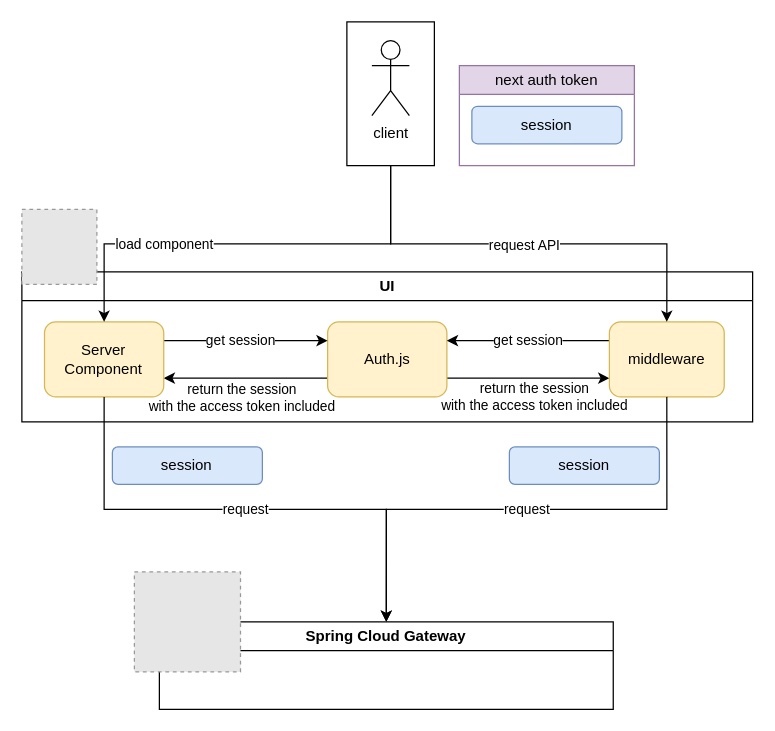
The draw.io diagram page "authentication flow (next)" (3 of 4) of hands-on-msa/hands-on-msa-with-spring-cloud/readme/msa-architecture.drawio in Gun2/hands-on-everything, before the edit. Source tidied: cells renumbered, new cells numbered last; positions are measured from the earlier drawing's top-left corner, leaving out a move shared by most shapes. Both pictures are drawn from the tidied source at 125%, with x=0, y=0 at pixel (21, 21). Pictures stored in the file or linked from it are replaced by grey dashed boxes.
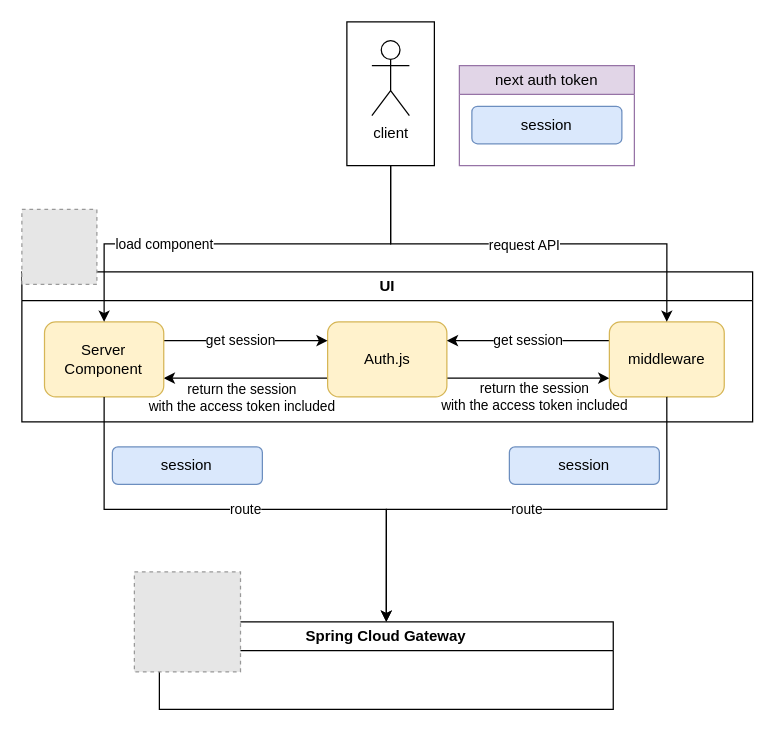
After the change.

The change refers to these unchanged cells:
```xml
<mxCell id="5" value="Spring Cloud Gateway" style="swimlane;whiteSpace=wrap;html=1;" parent="1" vertex="1">
  <mxGeometry x="110" y="480" width="363.1" height="70" as="geometry" />
</mxCell>
<mxCell id="14" value="middleware" style="rounded=1;whiteSpace=wrap;html=1;fillColor=#fff2cc;strokeColor=#d6b656;" parent="8" vertex="1">
  <mxGeometry x="470" y="40" width="91.9" height="60" as="geometry" />
</mxCell>
<mxCell id="17" value="Server Component" style="rounded=1;whiteSpace=wrap;html=1;fillColor=#fff2cc;strokeColor=#d6b656;" parent="8" vertex="1">
  <mxGeometry x="18.1" y="40" width="95.4" height="60" as="geometry" />
</mxCell>
```

What changed in the source:
```diff
@@
-    <mxCell id="25" value="request" style="edgeStyle=orthogonalEdgeStyle;rounded=0;jettySize=auto;html=1;exitX=0.5;exitY=1;exitDx=0;exitDy=0;entryX=0.5;entryY=0;entryDx=0;entryDy=0;" parent="1" edge="1" source="14" target="5">
+    <mxCell id="25" value="route" style="edgeStyle=orthogonalEdgeStyle;rounded=0;jettySize=auto;html=1;exitX=0.5;exitY=1;exitDx=0;exitDy=0;entryX=0.5;entryY=0;entryDx=0;entryDy=0;" parent="1" edge="1" source="14" target="5">
       <mxGeometry relative="1" as="geometry" />
     </mxCell>
-    <mxCell id="26" value="request" style="edgeStyle=orthogonalEdgeStyle;rounded=0;jettySize=auto;html=1;exitX=0.5;exitY=1;exitDx=0;exitDy=0;entryX=0.5;entryY=0;entryDx=0;entryDy=0;" parent="1" edge="1" source="17" target="5">
+    <mxCell id="26" value="route" style="edgeStyle=orthogonalEdgeStyle;rounded=0;jettySize=auto;html=1;exitX=0.5;exitY=1;exitDx=0;exitDy=0;entryX=0.5;entryY=0;entryDx=0;entryDy=0;" parent="1" edge="1" source="17" target="5">
       <mxGeometry relative="1" as="geometry" />
     </mxCell>
```
